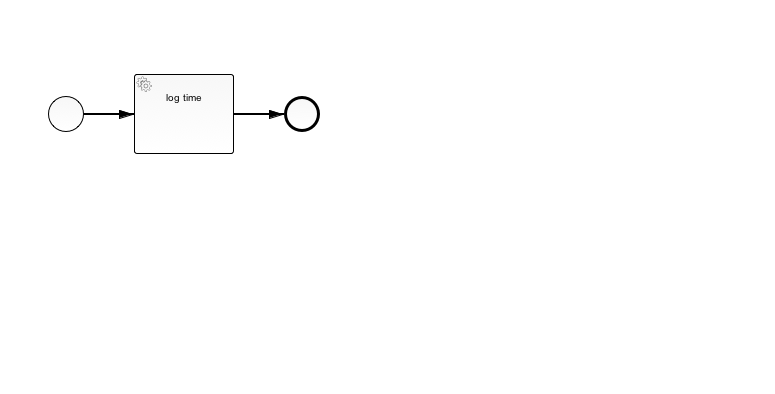
The BPMN diagram quick-start/src/main/resources/example.png in osteinhauer/camunda-spring-boot-starter-examples, before a commit. Its source is kept beside it as quick-start/src/main/resources/example.bpmn. Ids are renumbered. Source of this version:
```xml
<bpmn2:definitions xmlns:xsi="http://www.w3.org/2001/XMLSchema-instance" xmlns:bpmn2="http://www.omg.org/spec/BPMN/20100524/MODEL" xmlns:bpmndi="http://www.omg.org/spec/BPMN/20100524/DI" xmlns:camunda="http://activiti.org/bpmn" xmlns:dc="http://www.omg.org/spec/DD/20100524/DC" xmlns:di="http://www.omg.org/spec/DD/20100524/DI" xsi:schemaLocation="http://www.omg.org/spec/BPMN/20100524/MODEL BPMN20.xsd" id="_DILBQEMYEeWdIOY0iB7t3w" exporter="camunda modeler" exporterVersion="2.7.0" targetNamespace="http://activiti.org/bpmn">
  <bpmn2:process id="example" name="example" isExecutable="true">
    <bpmn2:startEvent id="StartEvent_1">
      <bpmn2:outgoing>SequenceFlow_1</bpmn2:outgoing>
    </bpmn2:startEvent>
    <bpmn2:serviceTask id="ServiceTask_1" camunda:delegateExpression="${LogTimeDelegate}" camunda:async="true" name="log time">
      <bpmn2:incoming>SequenceFlow_1</bpmn2:incoming>
      <bpmn2:outgoing>SequenceFlow_2</bpmn2:outgoing>
    </bpmn2:serviceTask>
    <bpmn2:sequenceFlow id="SequenceFlow_1" sourceRef="StartEvent_1" targetRef="ServiceTask_1"/>
    <bpmn2:endEvent id="EndEvent_1">
      <bpmn2:incoming>SequenceFlow_2</bpmn2:incoming>
    </bpmn2:endEvent>
    <bpmn2:sequenceFlow id="SequenceFlow_2" name="" sourceRef="ServiceTask_1" targetRef="EndEvent_1"/>
  </bpmn2:process>
  <bpmndi:BPMNDiagram id="BPMNDiagram_1">
    <bpmndi:BPMNPlane id="BPMNPlane_1" bpmnElement="example">
      <bpmndi:BPMNShape id="_BPMNShape_StartEvent_2" bpmnElement="StartEvent_1">
        <dc:Bounds height="36.0" width="36.0" x="48.0" y="96.0"/>
        <bpmndi:BPMNLabel>
          <dc:Bounds height="0.0" width="0.0" x="66.0" y="137.0"/>
        </bpmndi:BPMNLabel>
      </bpmndi:BPMNShape>
      <bpmndi:BPMNShape id="_BPMNShape_ServiceTask_2" bpmnElement="ServiceTask_1">
        <dc:Bounds height="80.0" width="100.0" x="134.0" y="74.0"/>
      </bpmndi:BPMNShape>
      <bpmndi:BPMNEdge id="BPMNEdge_SequenceFlow_1" bpmnElement="SequenceFlow_1" sourceElement="_BPMNShape_StartEvent_2" targetElement="_BPMNShape_ServiceTask_2">
        <di:waypoint xsi:type="dc:Point" x="84.0" y="114.0"/>
        <di:waypoint xsi:type="dc:Point" x="134.0" y="114.0"/>
      </bpmndi:BPMNEdge>
      <bpmndi:BPMNShape id="_BPMNShape_EndEvent_2" bpmnElement="EndEvent_1">
        <dc:Bounds height="36.0" width="36.0" x="284.0" y="96.0"/>
      </bpmndi:BPMNShape>
      <bpmndi:BPMNEdge id="BPMNEdge_SequenceFlow_2" bpmnElement="SequenceFlow_2" sourceElement="_BPMNShape_ServiceTask_2" targetElement="_BPMNShape_EndEvent_2">
        <di:waypoint xsi:type="dc:Point" x="234.0" y="114.0"/>
        <di:waypoint xsi:type="dc:Point" x="284.0" y="114.0"/>
      </bpmndi:BPMNEdge>
    </bpmndi:BPMNPlane>
  </bpmndi:BPMNDiagram>
</bpmn2:definitions>
```
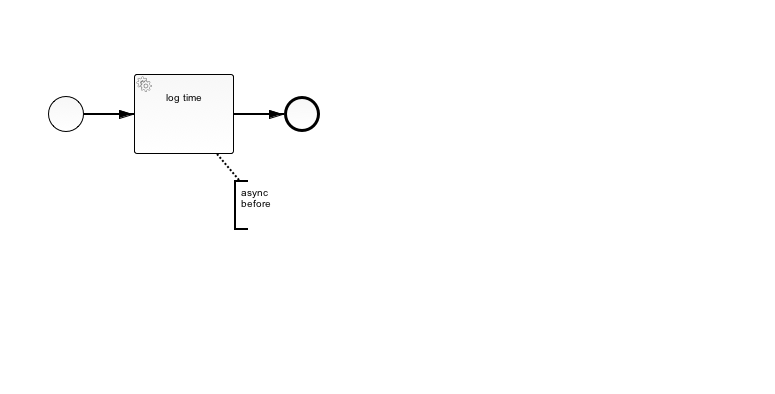
Above is the later version.

Diff of the diagram source:
```diff
@@ -12,6 +12,10 @@
       <bpmn2:incoming>SequenceFlow_2</bpmn2:incoming>
     </bpmn2:endEvent>
     <bpmn2:sequenceFlow id="SequenceFlow_2" name="" sourceRef="ServiceTask_1" targetRef="EndEvent_1"/>
+    <bpmn2:textAnnotation id="TextAnnotation_1">
+      <bpmn2:text>async before</bpmn2:text>
+    </bpmn2:textAnnotation>
+    <bpmn2:association id="Association_1" sourceRef="TextAnnotation_1" targetRef="ServiceTask_1"/>
   </bpmn2:process>
   <bpmndi:BPMNDiagram id="BPMNDiagram_1">
     <bpmndi:BPMNPlane id="BPMNPlane_1" bpmnElement="example">
@@ -35,6 +39,13 @@
         <di:waypoint xsi:type="dc:Point" x="234.0" y="114.0"/>
         <di:waypoint xsi:type="dc:Point" x="284.0" y="114.0"/>
       </bpmndi:BPMNEdge>
+      <bpmndi:BPMNShape id="_BPMNShape_TextAnnotation_2" bpmnElement="TextAnnotation_1">
+        <dc:Bounds height="50.0" width="50.0" x="234.0" y="180.0"/>
+      </bpmndi:BPMNShape>
+      <bpmndi:BPMNEdge id="BPMNEdge_Association_1" bpmnElement="Association_1" sourceElement="_BPMNShape_TextAnnotation_2" targetElement="_BPMNShape_ServiceTask_2">
+        <di:waypoint xsi:type="dc:Point" x="238.0" y="180.0"/>
+        <di:waypoint xsi:type="dc:Point" x="217.0" y="154.0"/>
+      </bpmndi:BPMNEdge>
     </bpmndi:BPMNPlane>
   </bpmndi:BPMNDiagram>
 </bpmn2:definitions>
```
